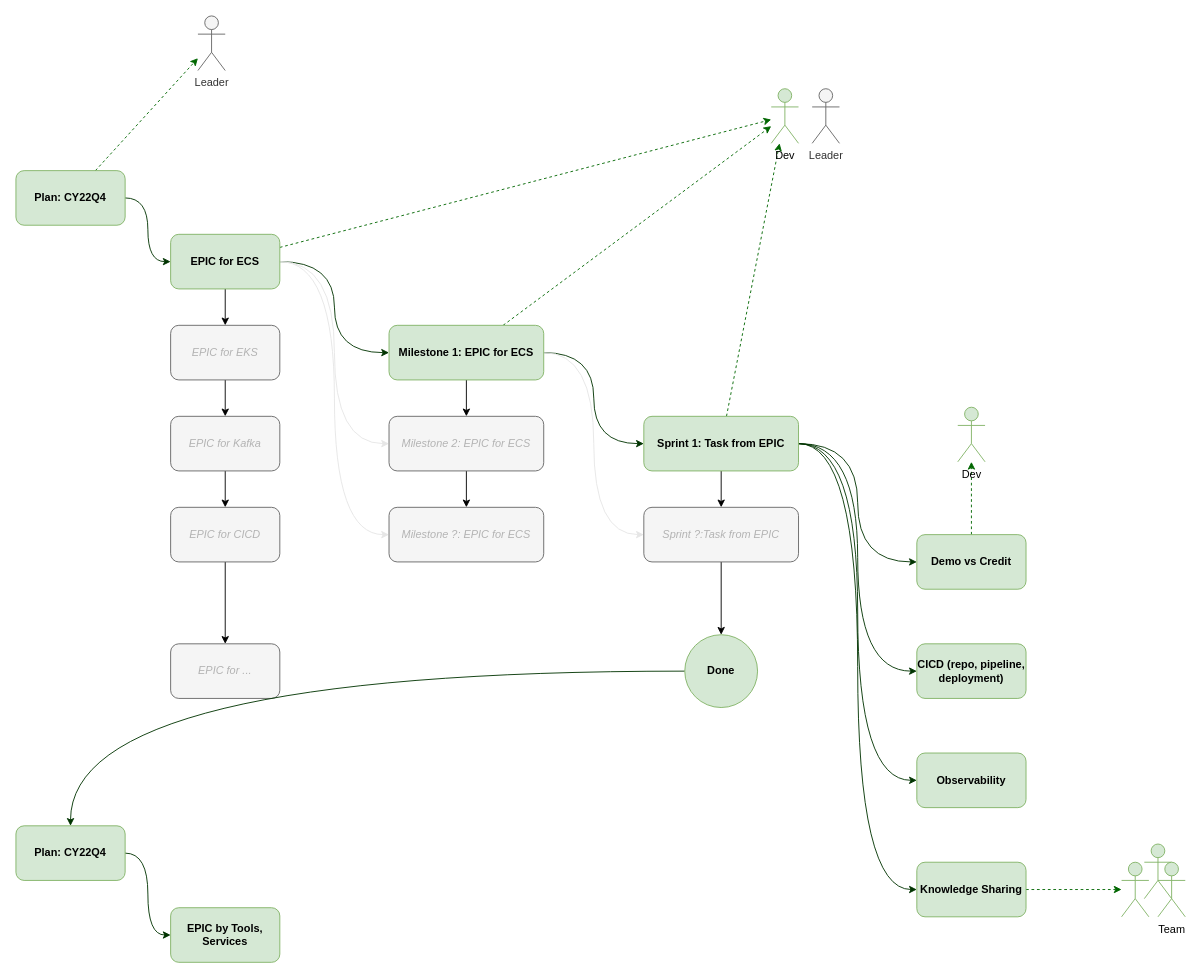
The draw.io diagram agile.drawio in jiangtao7/draw.io, before the edit. Source tidied: cells renumbered, new cells numbered last; positions are measured from the earlier drawing's top-left corner, leaving out a move shared by most shapes. Both pictures are drawn from the tidied source at 91%, with x=0, y=0 at pixel (15, 15).
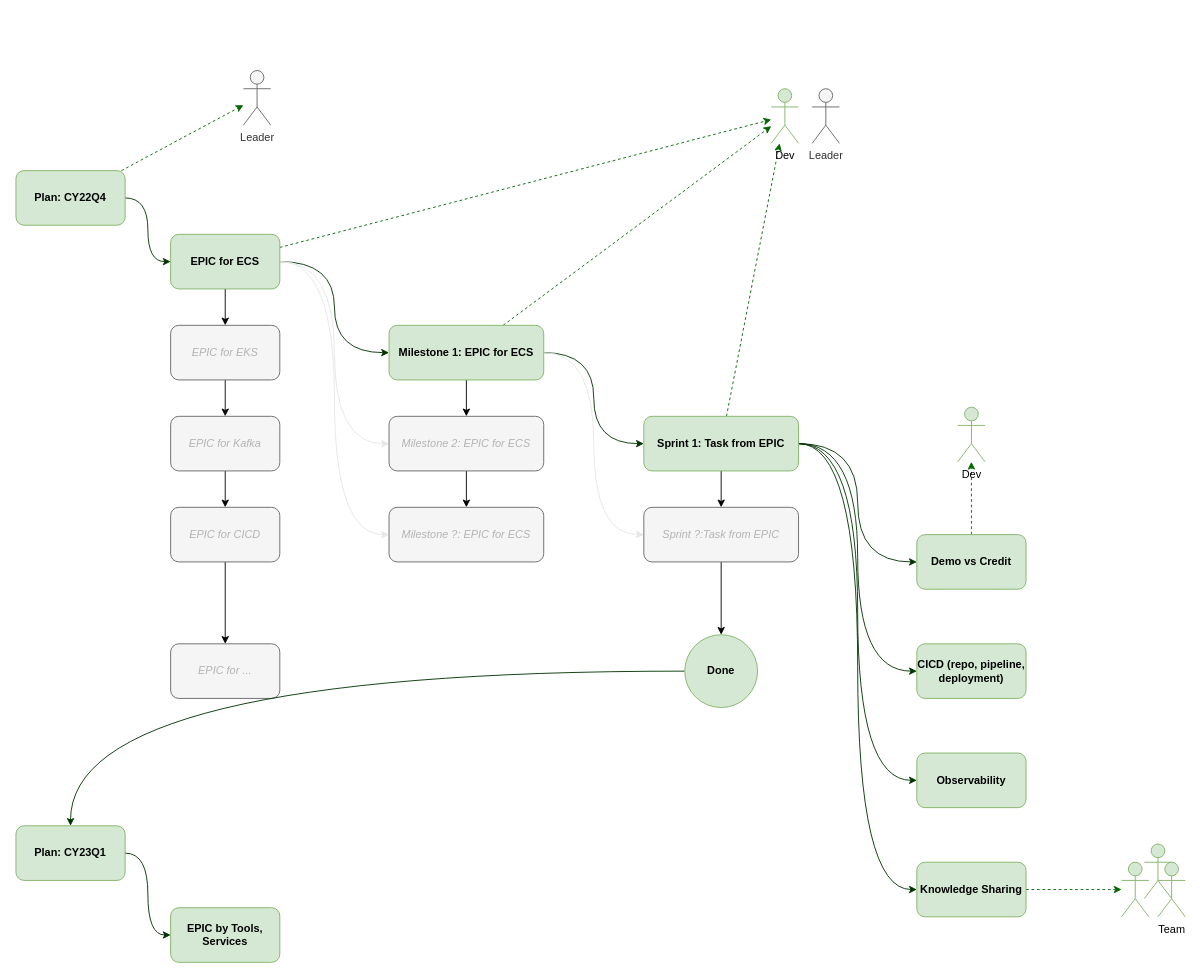
Above is the later version.

Change to the diagram source:
```diff
@@
-    <mxCell id="41" value="Plan: CY22Q4" style="rounded=1;whiteSpace=wrap;html=1;fillColor=#d5e8d4;strokeColor=#82b366;fontStyle=1;" parent="1" vertex="1">
+    <mxCell id="41" value="Plan: CY23Q1" style="rounded=1;whiteSpace=wrap;html=1;fillColor=#d5e8d4;strokeColor=#82b366;fontStyle=1;" parent="1" vertex="1">
       <mxGeometry y="890" width="120" height="60" as="geometry" />
     </mxCell>
@@
     <mxCell id="53" value="Leader" style="shape=umlActor;verticalLabelPosition=bottom;verticalAlign=top;html=1;outlineConnect=0;fillColor=#f5f5f5;fontColor=#333333;strokeColor=#666666;" parent="1" vertex="1">
-      <mxGeometry x="200" width="30" height="60" as="geometry" />
+      <mxGeometry x="250" y="60" width="30" height="60" as="geometry" />
     </mxCell>
```
